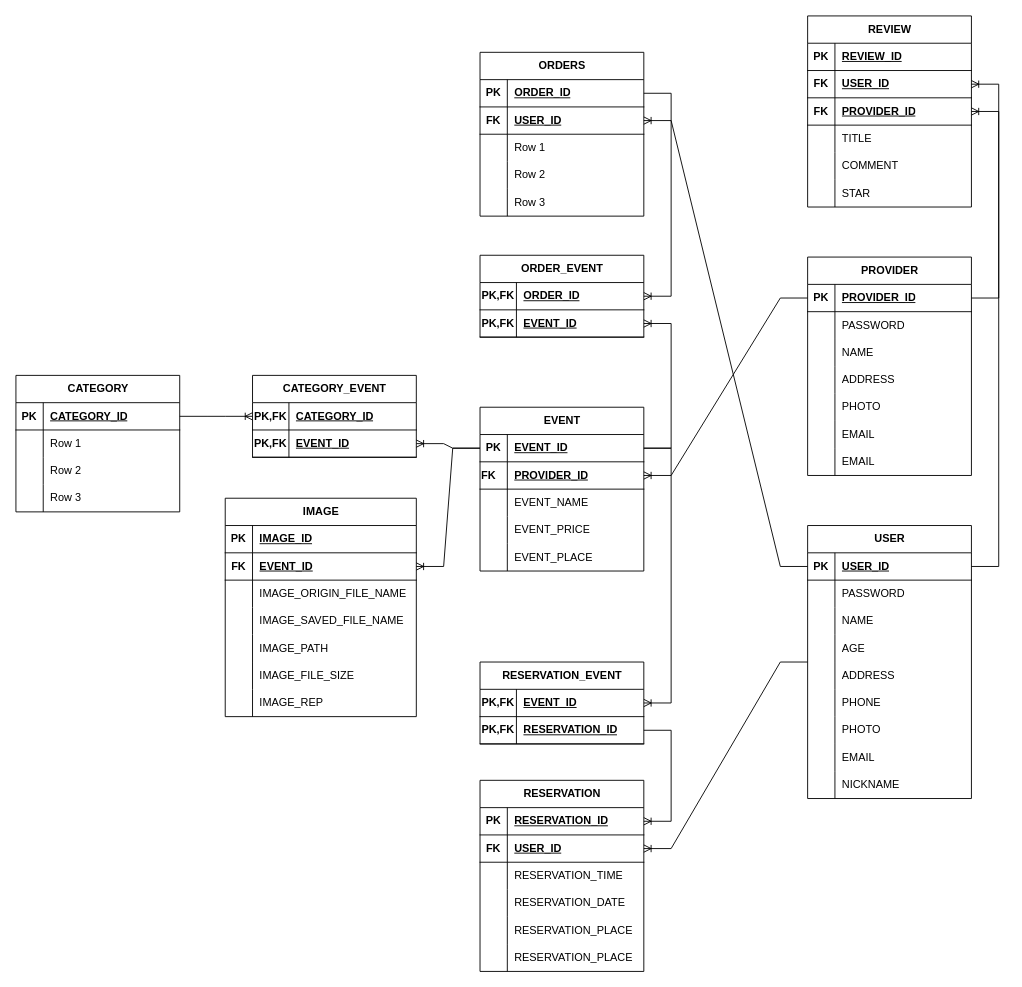
leeheeweon/EventLink keeps this draw.io diagram as EventLinkERD.drawio. Above is the earlier version. Source tidied: cells renumbered, new cells numbered last; positions are measured from the earlier drawing's top-left corner, leaving out a move shared by most shapes. Both pictures are drawn from the tidied source at 91%, with x=0, y=0 at pixel (15, 15).
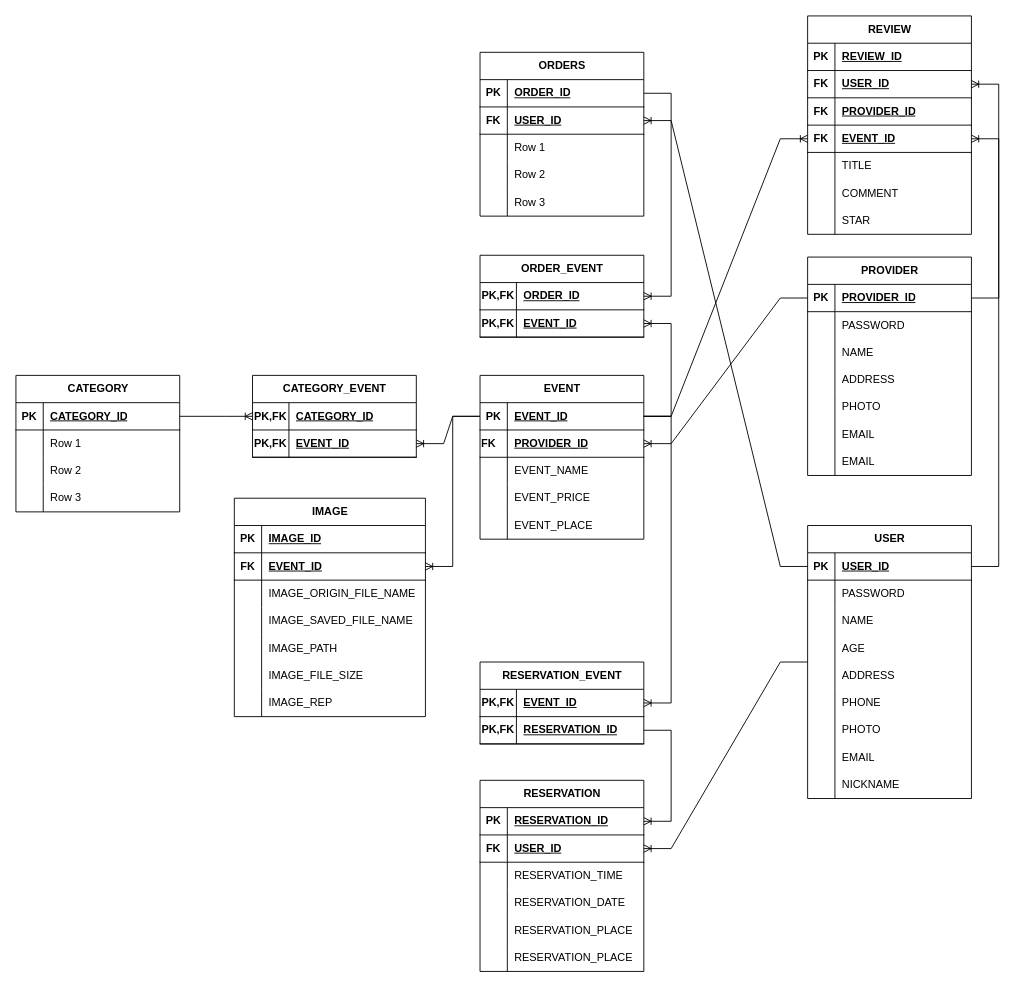
After the change.

Unchanged cells that the change refers to:
```xml
<mxCell id="3" style="shape=tableRow;horizontal=0;startSize=0;swimlaneHead=0;swimlaneBody=0;fillColor=none;points=[[0,0.5],[1,0.5]];portConstraint=eastwest;top=0;left=0;right=0;bottom=1;" parent="2" vertex="1">
  <mxGeometry y="30" width="180" height="30" as="geometry" />
</mxCell>
```

What changed in the source:
```diff
@@
     <mxCell id="2" value="EVENT" style="shape=table;startSize=30;childLayout=tableLayout;rowLines=0;fontStyle=1;align=center;html=1;" parent="1" vertex="1">
-      <mxGeometry x="510" y="430" width="180" height="180" as="geometry" />
+      <mxGeometry x="510" y="395" width="180" height="180" as="geometry" />
     </mxCell>
@@
     <mxCell id="56" value="REVIEW" style="shape=table;startSize=30;childLayout=tableLayout;rowLines=0;fontStyle=1;align=center;html=1;" parent="1" vertex="1">
-      <mxGeometry x="870" width="180" height="210" as="geometry" />
+      <mxGeometry x="870" width="180" height="240" as="geometry" />
     </mxCell>
@@
+    <mxCell id="190" style="shape=tableRow;horizontal=0;startSize=0;swimlaneHead=0;swimlaneBody=0;fillColor=none;top=0;left=0;right=0;bottom=1;" parent="56" vertex="1">
+      <mxGeometry y="90" width="180" height="30" as="geometry" />
+    </mxCell>
+    <mxCell id="191" value="FK" style="shape=partialRectangle;fillColor=none;top=0;left=0;bottom=0;right=0;fontStyle=1;overflow=hidden;whiteSpace=wrap;html=1;" parent="190" vertex="1">
+      <mxGeometry width="30" height="30" as="geometry" />
+    </mxCell>
+    <mxCell id="192" value="PROVIDER_ID" style="shape=partialRectangle;fillColor=none;top=0;left=0;bottom=0;right=0;align=left;spacingLeft=6;fontStyle=5;overflow=hidden;whiteSpace=wrap;html=1;" parent="190" vertex="1">
+      <mxGeometry x="30" width="150" height="30" as="geometry" />
+    </mxCell>
     <mxCell id="63" style="shape=tableRow;horizontal=0;startSize=0;swimlaneHead=0;swimlaneBody=0;fillColor=none;points=[[0,0.5],[1,0.5]];portConstraint=eastwest;top=0;left=0;right=0;bottom=1;" parent="56" vertex="1">
-      <mxGeometry y="90" width="180" height="30" as="geometry" />
+      <mxGeometry y="120" width="180" height="30" as="geometry" />
     </mxCell>
@@
-    <mxCell id="65" value="PROVIDER_ID" style="shape=partialRectangle;fillColor=none;top=0;left=0;bottom=0;right=0;align=left;spacingLeft=6;fontStyle=5;overflow=hidden;whiteSpace=wrap;html=1;" parent="63" vertex="1">
+    <mxCell id="65" value="EVENT_ID" style="shape=partialRectangle;fillColor=none;top=0;left=0;bottom=0;right=0;align=left;spacingLeft=6;fontStyle=5;overflow=hidden;whiteSpace=wrap;html=1;" parent="63" vertex="1">
       <mxGeometry x="30" width="150" height="30" as="geometry" />
     </mxCell>
     <mxCell id="66" style="shape=tableRow;horizontal=0;startSize=0;swimlaneHead=0;swimlaneBody=0;fillColor=none;top=0;left=0;right=0;bottom=0;" parent="56" vertex="1">
-      <mxGeometry y="120" width="180" height="30" as="geometry" />
+      <mxGeometry y="150" width="180" height="30" as="geometry" />
     </mxCell>
@@
     <mxCell id="69" style="shape=tableRow;horizontal=0;startSize=0;swimlaneHead=0;swimlaneBody=0;fillColor=none;top=0;left=0;right=0;bottom=0;" parent="56" vertex="1">
-      <mxGeometry y="150" width="180" height="30" as="geometry" />
+      <mxGeometry y="180" width="180" height="30" as="geometry" />
     </mxCell>
@@
     <mxCell id="72" style="shape=tableRow;horizontal=0;startSize=0;swimlaneHead=0;swimlaneBody=0;fillColor=none;top=0;left=0;right=0;bottom=0;" parent="56" vertex="1">
-      <mxGeometry y="180" width="180" height="30" as="geometry" />
+      <mxGeometry y="210" width="180" height="30" as="geometry" />
     </mxCell>
@@
     <mxCell id="168" value="IMAGE" style="shape=table;startSize=30;childLayout=tableLayout;rowLines=0;fontStyle=1;align=center;html=1;" parent="1" vertex="1">
-      <mxGeometry x="230" y="530" width="210" height="240" as="geometry" />
+      <mxGeometry x="240" y="530" width="210" height="240" as="geometry" />
     </mxCell>
@@
+    <mxCell id="193" style="edgeStyle=entityRelationEdgeStyle;fontSize=12;html=1;endArrow=ERoneToMany;rounded=0;" parent="1" edge="1" source="3" target="63">
+      <mxGeometry relative="1" as="geometry" />
+    </mxCell>
```
